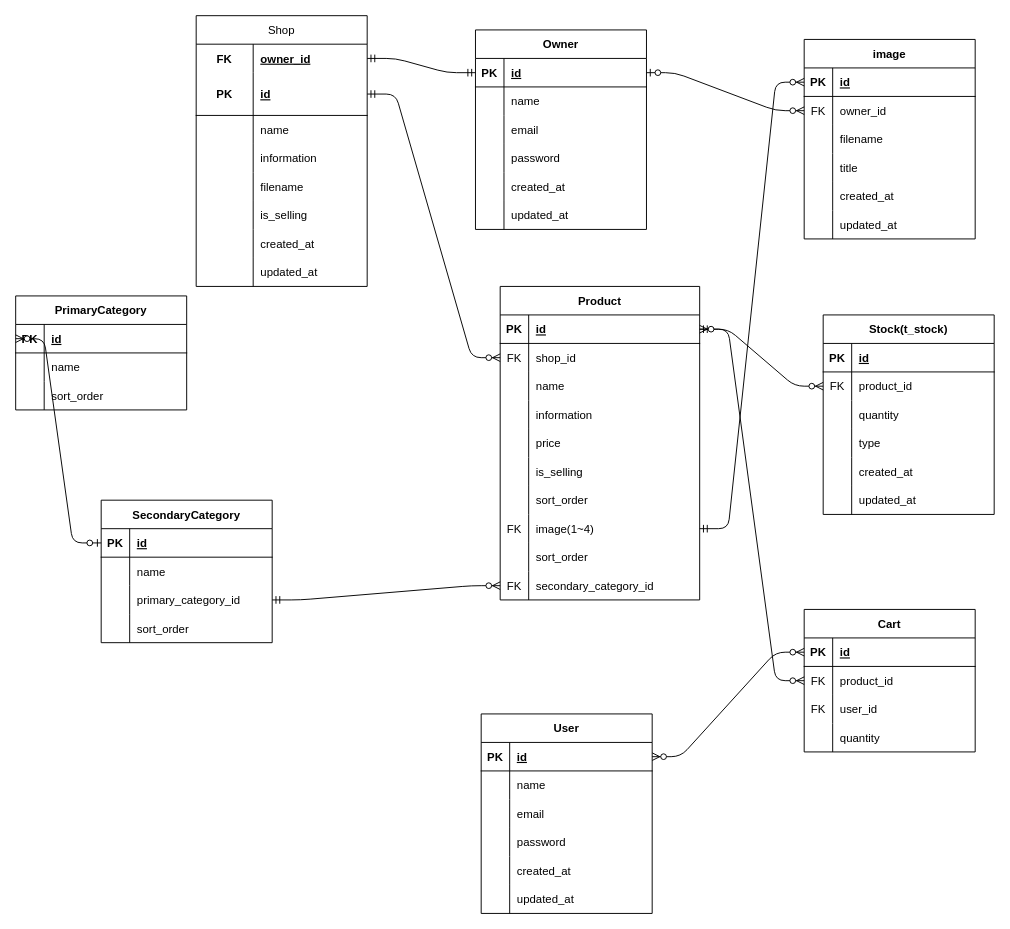
Before: ecsite.dio in kaitoiha/ECsite, a draw.io diagram. Source tidied: cells renumbered, new cells numbered last; positions are measured from the earlier drawing's top-left corner, leaving out a move shared by most shapes. Both pictures are drawn from the tidied source at 95%, with x=0, y=0 at pixel (15, 15).
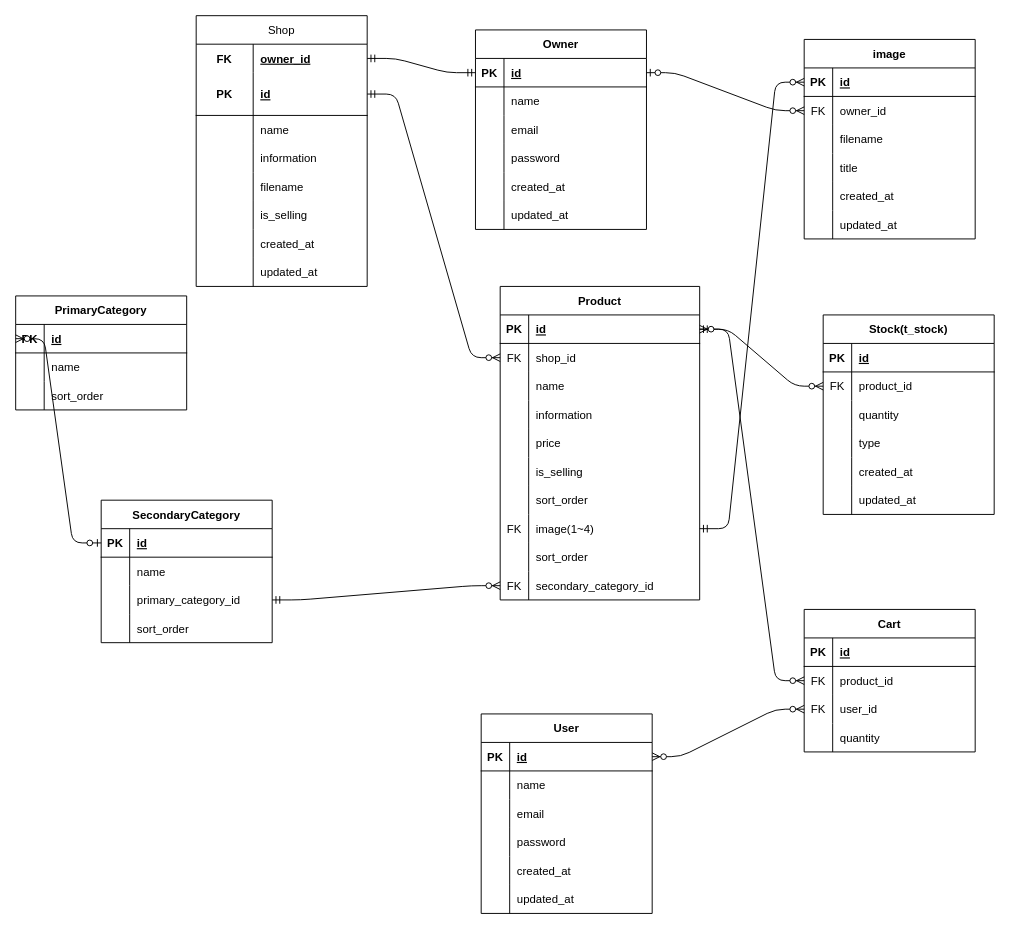
The same page after the edit.

Unchanged cells that the change refers to:
```xml
<mxCell id="146" style="shape=tableRow;horizontal=0;startSize=0;swimlaneHead=0;swimlaneBody=0;fillColor=none;points=[[0,0.5],[1,0.5]];portConstraint=eastwest;top=0;left=0;right=0;bottom=1;" parent="145" vertex="1">
  <mxGeometry y="30" width="180" height="30" as="geometry" />
</mxCell>
<mxCell id="152" style="shape=tableRow;horizontal=0;startSize=0;swimlaneHead=0;swimlaneBody=0;fillColor=none;points=[[0,0.5],[1,0.5]];portConstraint=eastwest;top=0;left=0;right=0;bottom=0;" parent="145" vertex="1">
  <mxGeometry y="90" width="180" height="30" as="geometry" />
</mxCell>
<mxCell id="160" style="shape=tableRow;horizontal=0;startSize=0;swimlaneHead=0;swimlaneBody=0;fillColor=none;points=[[0,0.5],[1,0.5]];portConstraint=eastwest;top=0;left=0;right=0;bottom=1;" parent="159" vertex="1">
  <mxGeometry y="30" width="180" height="30" as="geometry" />
</mxCell>
```

What changed in the source:
```diff
@@
-    <mxCell id="178" style="edgeStyle=entityRelationEdgeStyle;fontSize=12;html=1;endArrow=ERzeroToMany;endFill=1;startArrow=ERzeroToMany;entryX=0;entryY=0.5;entryDx=0;entryDy=0;exitX=1;exitY=0.5;exitDx=0;exitDy=0;" parent="1" edge="1" source="160" target="146">
+    <mxCell id="178" style="edgeStyle=entityRelationEdgeStyle;fontSize=12;html=1;endArrow=ERzeroToMany;endFill=1;startArrow=ERzeroToMany;entryX=0;entryY=0.5;entryDx=0;entryDy=0;exitX=1;exitY=0.5;exitDx=0;exitDy=0;" parent="1" edge="1" source="160" target="152">
       <mxGeometry relative="1" as="geometry" />
     </mxCell>
```
